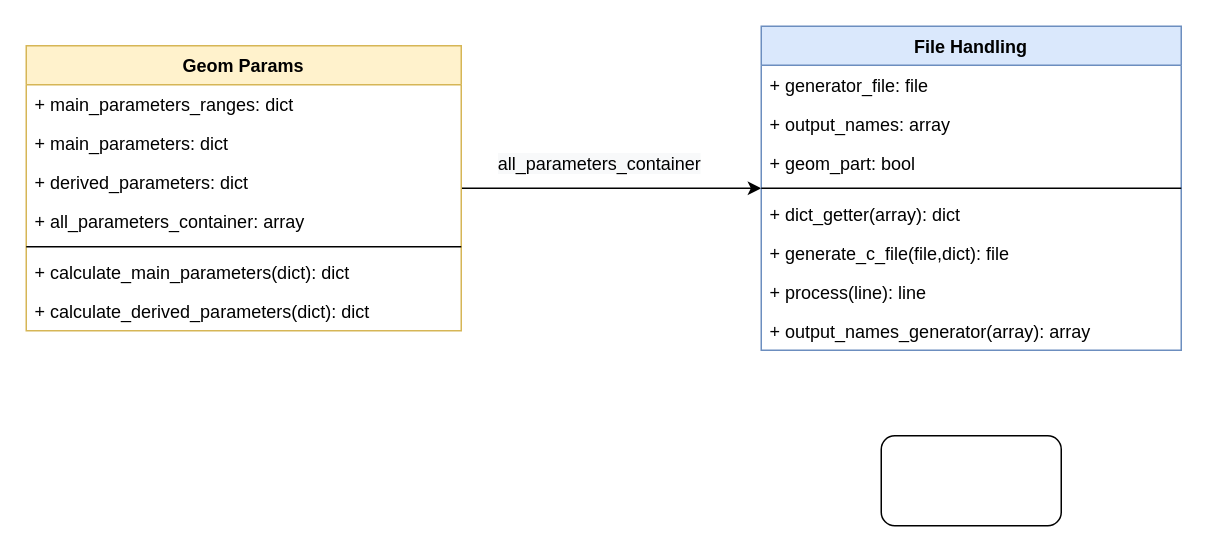
Above: ls-dyna-automatization/automat_class_plan.drawio in CsungaBro/dl-simulation (draw.io), before the change. Source tidied: cells renumbered, new cells numbered last; positions are measured from the earlier drawing's top-left corner, leaving out a move shared by most shapes. Both pictures are drawn from the tidied source at 150%, with x=0, y=0 at pixel (26, 26).
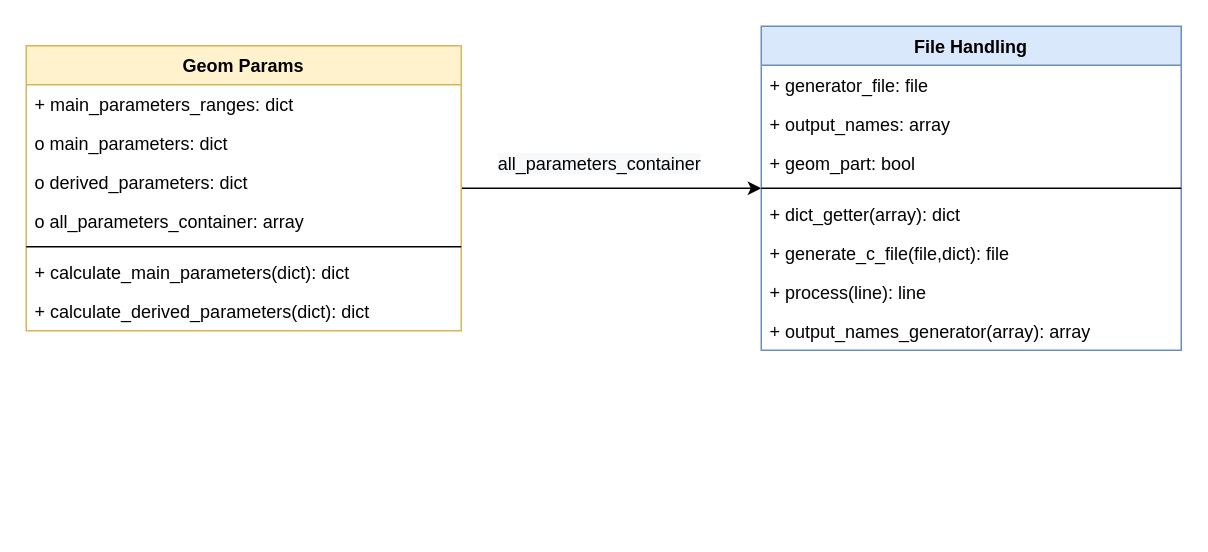
After the change.

Unchanged cells that the change refers to:
```xml
<mxCell id="4" value="Geom Params" style="swimlane;fontStyle=1;align=center;verticalAlign=top;horizontal=1;startSize=26;fillColor=#fff2cc;strokeColor=#d6b656;" parent="1" vertex="1">
  <mxGeometry y="13" width="290" height="190" as="geometry" />
</mxCell>
```

The edit, as a diff of the source:
```diff
@@
-    <mxCell id="6" value="+ main_parameters: dict" style="text;strokeColor=none;fillColor=none;align=left;verticalAlign=top;spacingLeft=4;spacingRight=4;overflow=hidden;" parent="4" vertex="1">
+    <mxCell id="6" value="o main_parameters: dict" style="text;strokeColor=none;fillColor=none;align=left;verticalAlign=top;spacingLeft=4;spacingRight=4;overflow=hidden;" parent="4" vertex="1">
       <mxGeometry y="52" width="290" height="26" as="geometry" />
     </mxCell>
-    <mxCell id="7" value="+ derived_parameters: dict" style="text;strokeColor=none;fillColor=none;align=left;verticalAlign=top;spacingLeft=4;spacingRight=4;overflow=hidden;" parent="4" vertex="1">
+    <mxCell id="7" value="o derived_parameters: dict" style="text;strokeColor=none;fillColor=none;align=left;verticalAlign=top;spacingLeft=4;spacingRight=4;overflow=hidden;" parent="4" vertex="1">
       <mxGeometry y="78" width="290" height="26" as="geometry" />
     </mxCell>
-    <mxCell id="8" value="+ all_parameters_container: array" style="text;strokeColor=none;fillColor=none;align=left;verticalAlign=top;spacingLeft=4;spacingRight=4;overflow=hidden;" parent="4" vertex="1">
+    <mxCell id="8" value="o all_parameters_container: array" style="text;strokeColor=none;fillColor=none;align=left;verticalAlign=top;spacingLeft=4;spacingRight=4;overflow=hidden;" parent="4" vertex="1">
       <mxGeometry y="104" width="290" height="26" as="geometry" />
     </mxCell>
@@
-    <mxCell id="21" style="rounded=1;whiteSpace=wrap;html=1;" parent="1" vertex="1">
-      <mxGeometry x="570" y="273" width="120" height="60" as="geometry" />
-    </mxCell>
```
